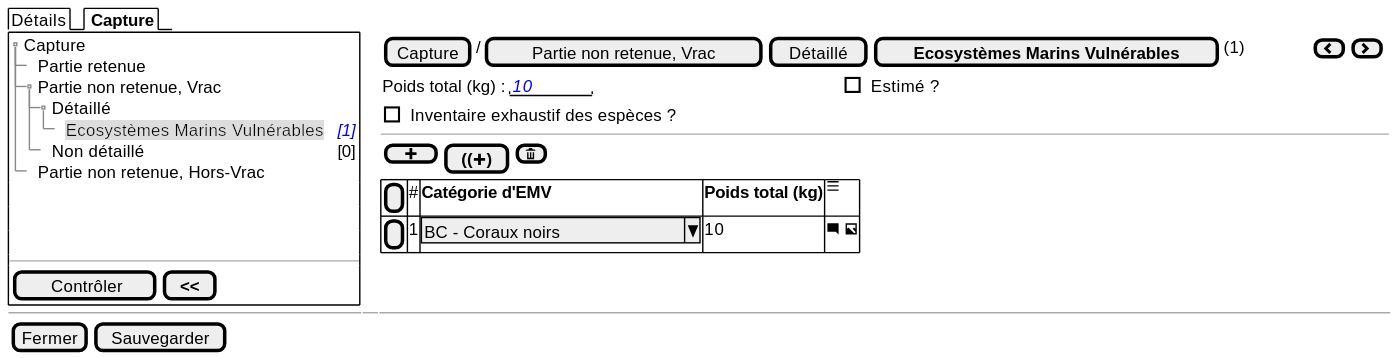
The PlantUML diagram projects/obsmer/spe/images/batch/batch-tree-PNR-VRAC-EMV.svg in sumaris-net/sumaris-doc, before a commit. Its source is kept beside it as projects/obsmer/spe/images/batch/batch-tree-PNR-VRAC-EMV.puml.
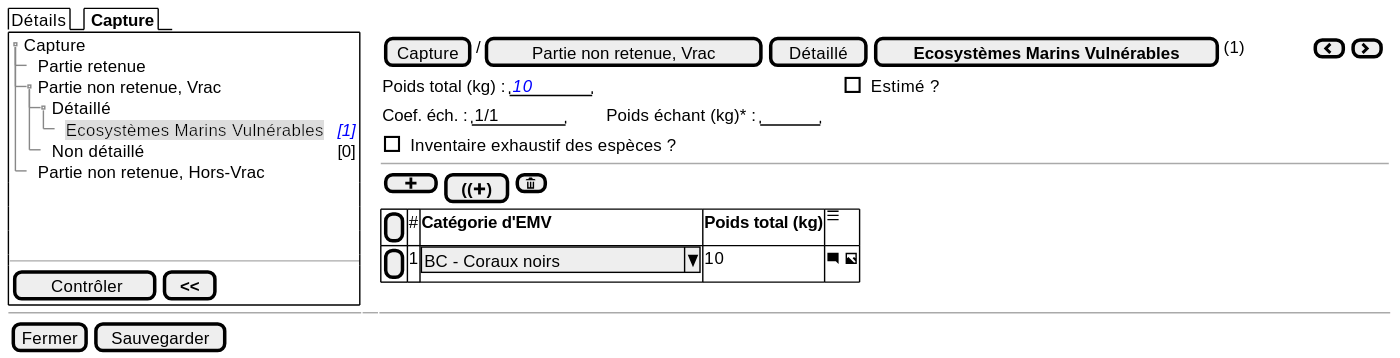
The same diagram one commit later.

Change to the diagram source:
```diff
@@ -23,6 +23,8 @@
 
     {Poids total (kg) : | "  <i><color:blue>10   " | . | . | . | . | . | . | . | . | . | . | . | . | . | . | . | . | . | . | . | . | . | . | . | . | . | . | . | . | . | . | . | . | . | . | . | [ ] Estimé ? }
 
+    {Coef. éch. : | " 1/1    " | . | . | . | . | . |  Poids échant (kg)* : | "     " }
+
     { [ ] Inventaire exhaustif des espèces ? }
     ---
     { [ <&plus> ] | [<b>((<&plus><b>)] | [<&trash>] }
```
